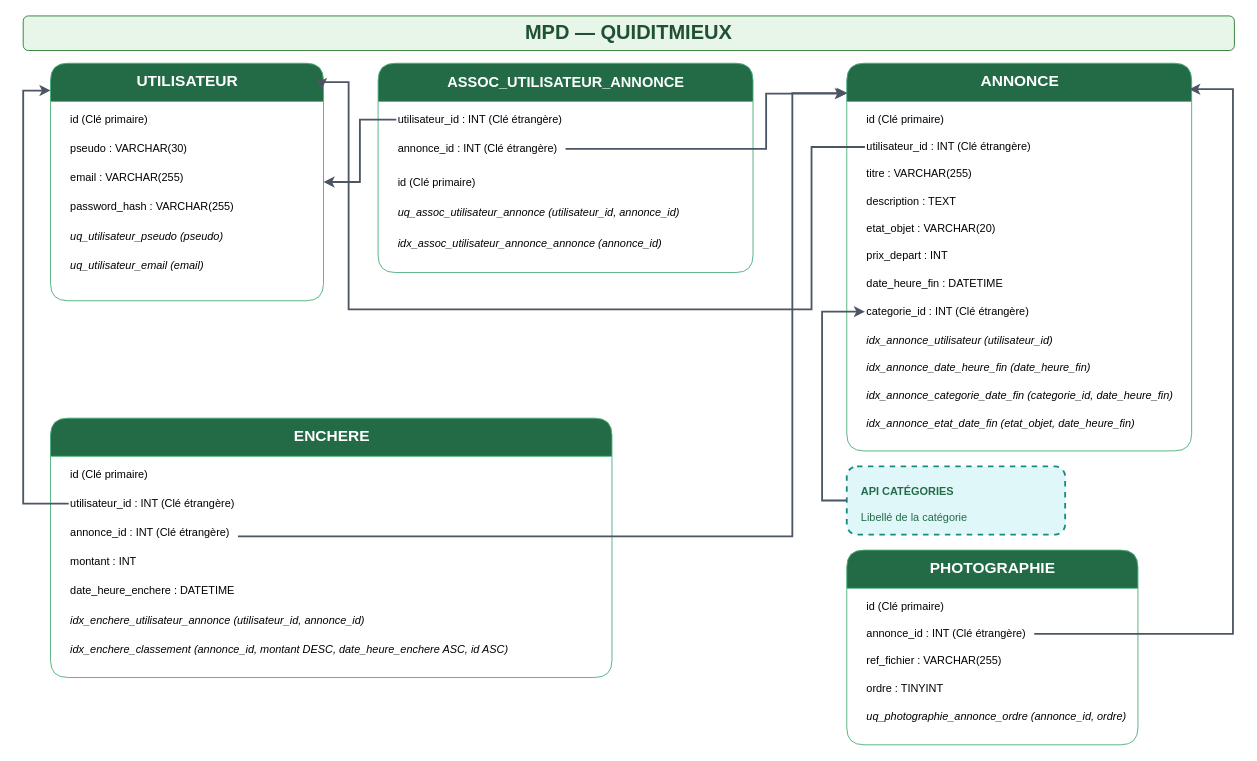
The draw.io diagram documents/conceptualisation/Modèles de données/MPD.drawio in anthonylepichon/quiditmieux, before the edit. Source tidied: cells renumbered, new cells numbered last; positions are measured from the earlier drawing's top-left corner, leaving out a move shared by most shapes. Both pictures are drawn from the tidied source at 91%, with x=0, y=0 at pixel (23, 15).
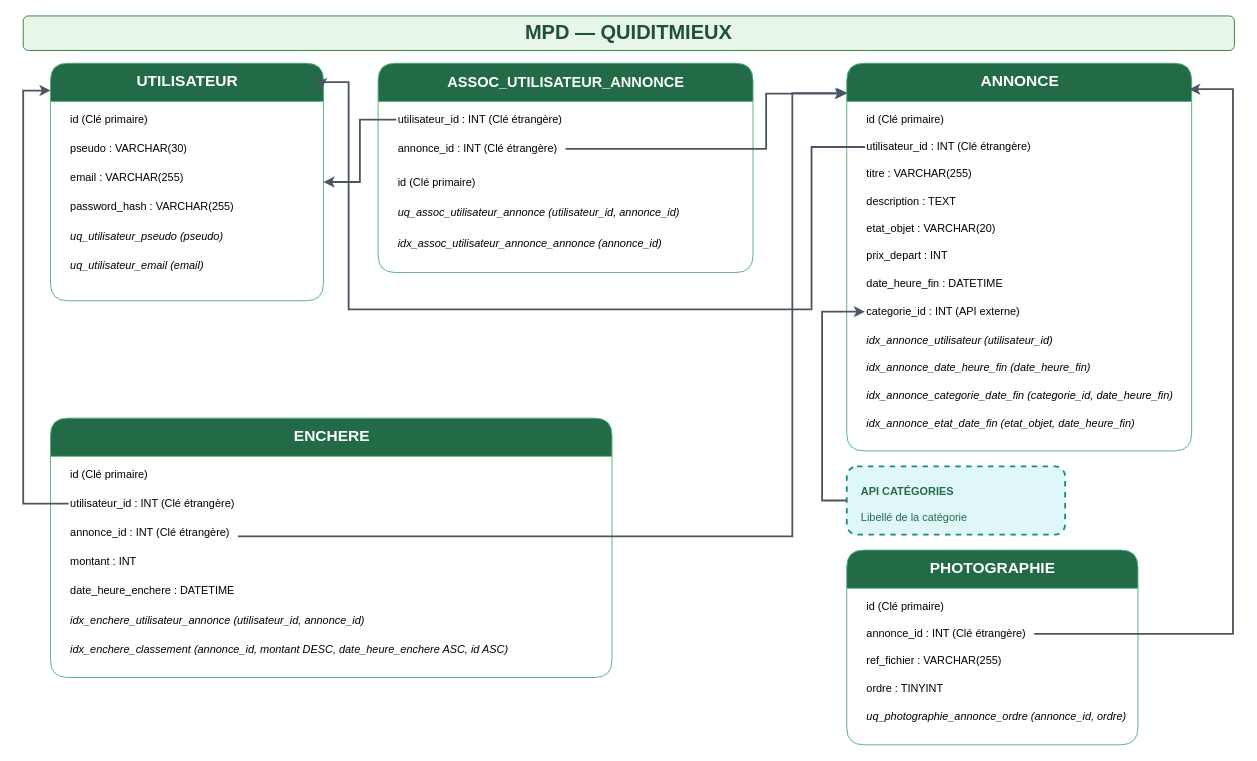
After the change.

The change refers to these unchanged cells:
```xml
<mxCell id="16" value="ANNONCE" style="swimlane;html=1;startSize=42;rounded=1;fillColor=#236b47;swimlaneFillColor=#ffffff;strokeColor=#4caf7a;fontColor=#ffffff;fontSize=17;fontStyle=1;align=center;verticalAlign=middle;" parent="1" vertex="1">
  <mxGeometry x="905" y="52" width="379" height="426" as="geometry" />
</mxCell>
```

The edit, as a diff of the source:
```diff
@@
-    <mxCell id="24" value="categorie_id : INT (Clé étrangère)" style="text;html=1;strokeColor=none;fillColor=none;align=left;verticalAlign=middle;fontSize=12;" parent="16" vertex="1">
+    <mxCell id="24" value="categorie_id : INT (API externe)" style="text;html=1;strokeColor=none;fillColor=none;align=left;verticalAlign=middle;fontSize=12;" parent="16" vertex="1">
       <mxGeometry x="20" y="261" width="260" height="24" as="geometry" />
     </mxCell>
```
